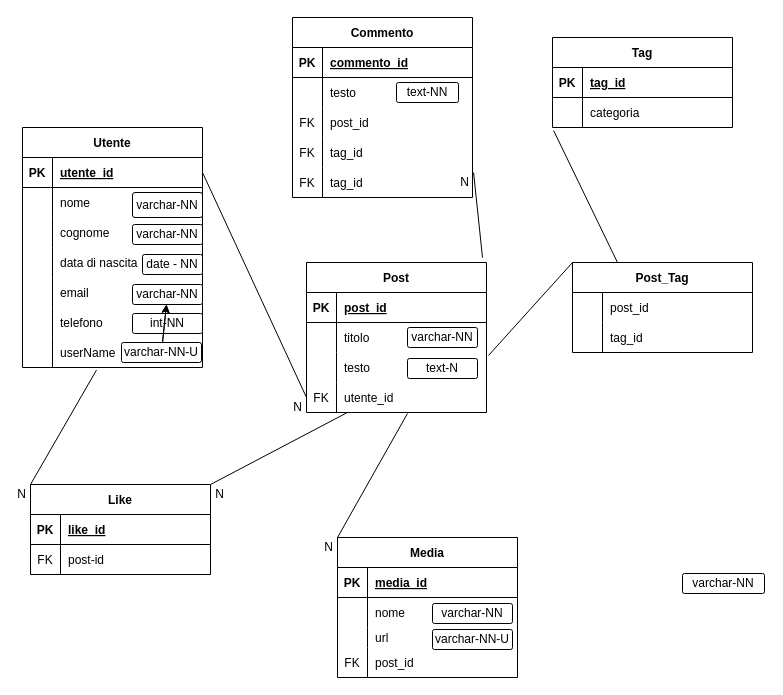
Earlier version of the draw.io diagram Milestone3.drawio (FrancescoDAmbrosio1/social-platform). Source tidied: cells renumbered, new cells numbered last; positions are measured from the earlier drawing's top-left corner, leaving out a move shared by most shapes. Both pictures are drawn from the tidied source at 100%, with x=0, y=0 at pixel (22, 17).
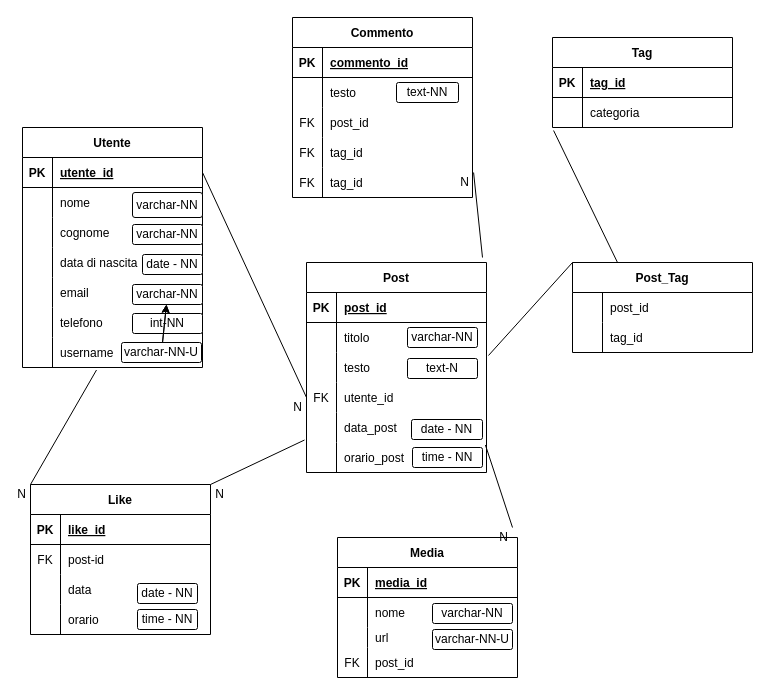
After the change.

Unchanged cells that the change refers to:
```xml
<mxCell id="21" style="shape=tableRow;horizontal=0;startSize=0;swimlaneHead=0;swimlaneBody=0;fillColor=none;top=0;left=0;right=0;bottom=0;" parent="2" vertex="1">
  <mxGeometry y="210" width="180" height="30" as="geometry" />
</mxCell>
<mxCell id="34" style="shape=tableRow;horizontal=0;startSize=0;swimlaneHead=0;swimlaneBody=0;fillColor=none;points=[[0,0.5],[1,0.5]];portConstraint=eastwest;top=0;left=0;right=0;bottom=0;" parent="24" vertex="1">
  <mxGeometry y="120" width="180" height="30" as="geometry" />
</mxCell>
<mxCell id="37" value="Media" style="shape=table;startSize=30;childLayout=tableLayout;rowLines=0;fontStyle=1;align=center;" parent="1" vertex="1">
  <mxGeometry x="315" y="520" width="180" height="140" as="geometry" />
</mxCell>
```

Change to the diagram source:
```diff
@@
-    <mxCell id="23" value="userName" style="shape=partialRectangle;fillColor=none;top=0;left=0;bottom=0;right=0;align=left;spacingLeft=6;overflow=hidden;" parent="21" vertex="1">
+    <mxCell id="23" value="username" style="shape=partialRectangle;fillColor=none;top=0;left=0;bottom=0;right=0;align=left;spacingLeft=6;overflow=hidden;" parent="21" vertex="1">
       <mxGeometry x="30" width="150" height="30" as="geometry" />
     </mxCell>
     <mxCell id="24" value="Post" style="shape=table;startSize=30;childLayout=tableLayout;rowLines=0;fontStyle=1;align=center;" parent="1" vertex="1">
-      <mxGeometry x="284" y="245" width="180" height="150" as="geometry" />
+      <mxGeometry x="284" y="245" width="180" height="210" as="geometry" />
     </mxCell>
@@
+    <mxCell id="122" style="shape=tableRow;horizontal=0;startSize=0;swimlaneHead=0;swimlaneBody=0;fillColor=none;points=[[0,0.5],[1,0.5]];portConstraint=eastwest;top=0;left=0;right=0;bottom=0;" parent="24" vertex="1">
+      <mxGeometry y="150" width="180" height="30" as="geometry" />
+    </mxCell>
+    <mxCell id="123" style="shape=partialRectangle;fillColor=none;top=0;left=0;bottom=0;right=0;fontStyle=0;overflow=hidden;" parent="122" vertex="1">
+      <mxGeometry width="30" height="30" as="geometry" />
+    </mxCell>
+    <mxCell id="124" value="data_post" style="shape=partialRectangle;fillColor=none;top=0;left=0;bottom=0;right=0;align=left;spacingLeft=6;fontStyle=0;overflow=hidden;" parent="122" vertex="1">
+      <mxGeometry x="30" width="150" height="30" as="geometry" />
+    </mxCell>
+    <mxCell id="125" style="shape=tableRow;horizontal=0;startSize=0;swimlaneHead=0;swimlaneBody=0;fillColor=none;top=0;left=0;right=0;bottom=0;" parent="24" vertex="1">
+      <mxGeometry y="180" width="180" height="30" as="geometry" />
+    </mxCell>
+    <mxCell id="126" style="shape=partialRectangle;fillColor=none;top=0;left=0;bottom=0;right=0;fontStyle=0;overflow=hidden;" parent="125" vertex="1">
+      <mxGeometry width="30" height="30" as="geometry" />
+    </mxCell>
+    <mxCell id="127" value="orario_post" style="shape=partialRectangle;fillColor=none;top=0;left=0;bottom=0;right=0;align=left;spacingLeft=6;fontStyle=0;overflow=hidden;" parent="125" vertex="1">
+      <mxGeometry x="30" width="150" height="30" as="geometry" />
+    </mxCell>
@@
     <mxCell id="57" value="Like" style="shape=table;startSize=30;childLayout=tableLayout;rowLines=0;fontStyle=1;align=center;" parent="1" vertex="1">
-      <mxGeometry x="8" y="467" width="180" height="90" as="geometry" />
+      <mxGeometry x="8" y="467" width="180" height="150" as="geometry" />
     </mxCell>
@@
+    <mxCell id="128" style="shape=tableRow;horizontal=0;startSize=0;swimlaneHead=0;swimlaneBody=0;fillColor=none;top=0;left=0;right=0;bottom=0;" parent="57" vertex="1">
+      <mxGeometry y="90" width="180" height="30" as="geometry" />
+    </mxCell>
+    <mxCell id="129" style="shape=partialRectangle;fillColor=none;top=0;left=0;bottom=0;right=0;overflow=hidden;" parent="128" vertex="1">
+      <mxGeometry width="30" height="30" as="geometry" />
+    </mxCell>
+    <mxCell id="130" value="data" style="shape=partialRectangle;fillColor=none;top=0;left=0;bottom=0;right=0;align=left;spacingLeft=6;overflow=hidden;" parent="128" vertex="1">
+      <mxGeometry x="30" width="150" height="30" as="geometry" />
+    </mxCell>
+    <mxCell id="131" style="shape=tableRow;horizontal=0;startSize=0;swimlaneHead=0;swimlaneBody=0;fillColor=none;top=0;left=0;right=0;bottom=0;" parent="57" vertex="1">
+      <mxGeometry y="120" width="180" height="30" as="geometry" />
+    </mxCell>
+    <mxCell id="132" style="shape=partialRectangle;fillColor=none;top=0;left=0;bottom=0;right=0;overflow=hidden;" parent="131" vertex="1">
+      <mxGeometry width="30" height="30" as="geometry" />
+    </mxCell>
+    <mxCell id="133" value="orario" style="shape=partialRectangle;fillColor=none;top=0;left=0;bottom=0;right=0;align=left;spacingLeft=6;overflow=hidden;" parent="131" vertex="1">
+      <mxGeometry x="30" width="150" height="30" as="geometry" />
+    </mxCell>
@@
-    <mxCell id="83" style="endArrow=none;html=1;rounded=0;entryX=0;entryY=0;entryDx=0;entryDy=0;exitX=0.561;exitY=1.033;exitDx=0;exitDy=0;exitPerimeter=0;" parent="1" edge="1" source="34" target="37">
-      <mxGeometry relative="1" as="geometry" />
+    <mxCell id="83" style="endArrow=none;html=1;rounded=0;exitX=0.994;exitY=1.083;exitDx=0;exitDy=0;exitPerimeter=0;" parent="1" edge="1" source="122">
+      <mxGeometry relative="1" as="geometry">
+        <mxPoint x="490" y="510" as="targetPoint" />
+      </mxGeometry>
     </mxCell>
@@
-    <mxCell id="103" style="endArrow=none;html=1;rounded=0;entryX=1;entryY=0;entryDx=0;entryDy=0;exitX=0.222;exitY=1.017;exitDx=0;exitDy=0;exitPerimeter=0;" parent="1" edge="1" source="34" target="57">
+    <mxCell id="103" style="endArrow=none;html=1;rounded=0;entryX=1;entryY=0;entryDx=0;entryDy=0;exitX=-0.011;exitY=0.917;exitDx=0;exitDy=0;exitPerimeter=0;" parent="1" edge="1" source="122" target="57">
       <mxGeometry relative="1" as="geometry" />
     </mxCell>
@@
-    <mxCell id="119" value="varchar-NN" style="rounded=1;arcSize=10;whiteSpace=wrap;html=1;align=center;" parent="1" vertex="1">
-      <mxGeometry x="660" y="556" width="82" height="20" as="geometry" />
-    </mxCell>
@@
+    <mxCell id="134" value="date - NN" style="rounded=1;arcSize=10;whiteSpace=wrap;html=1;align=center;" parent="1" vertex="1">
+      <mxGeometry x="115" y="566" width="60" height="20" as="geometry" />
+    </mxCell>
+    <mxCell id="135" value="time - NN" style="rounded=1;arcSize=10;whiteSpace=wrap;html=1;align=center;" parent="1" vertex="1">
+      <mxGeometry x="115" y="592" width="60" height="20" as="geometry" />
+    </mxCell>
+    <mxCell id="136" value="date - NN" style="rounded=1;arcSize=10;whiteSpace=wrap;html=1;align=center;" parent="1" vertex="1">
+      <mxGeometry x="389" y="402" width="71" height="20" as="geometry" />
+    </mxCell>
+    <mxCell id="137" value="time - NN" style="rounded=1;arcSize=10;whiteSpace=wrap;html=1;align=center;" parent="1" vertex="1">
+      <mxGeometry x="390" y="430" width="70" height="20" as="geometry" />
+    </mxCell>
```
